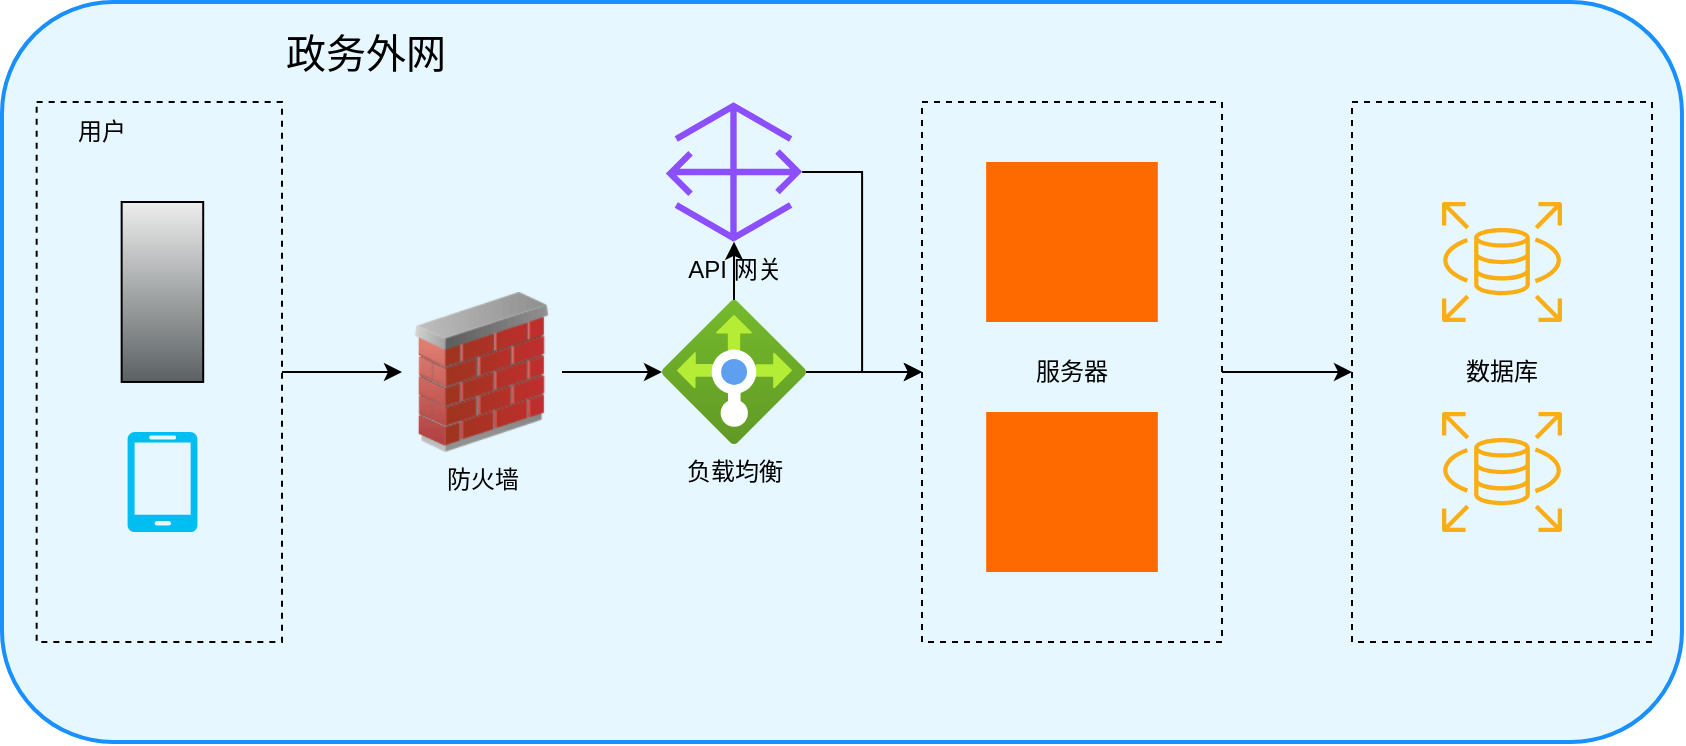
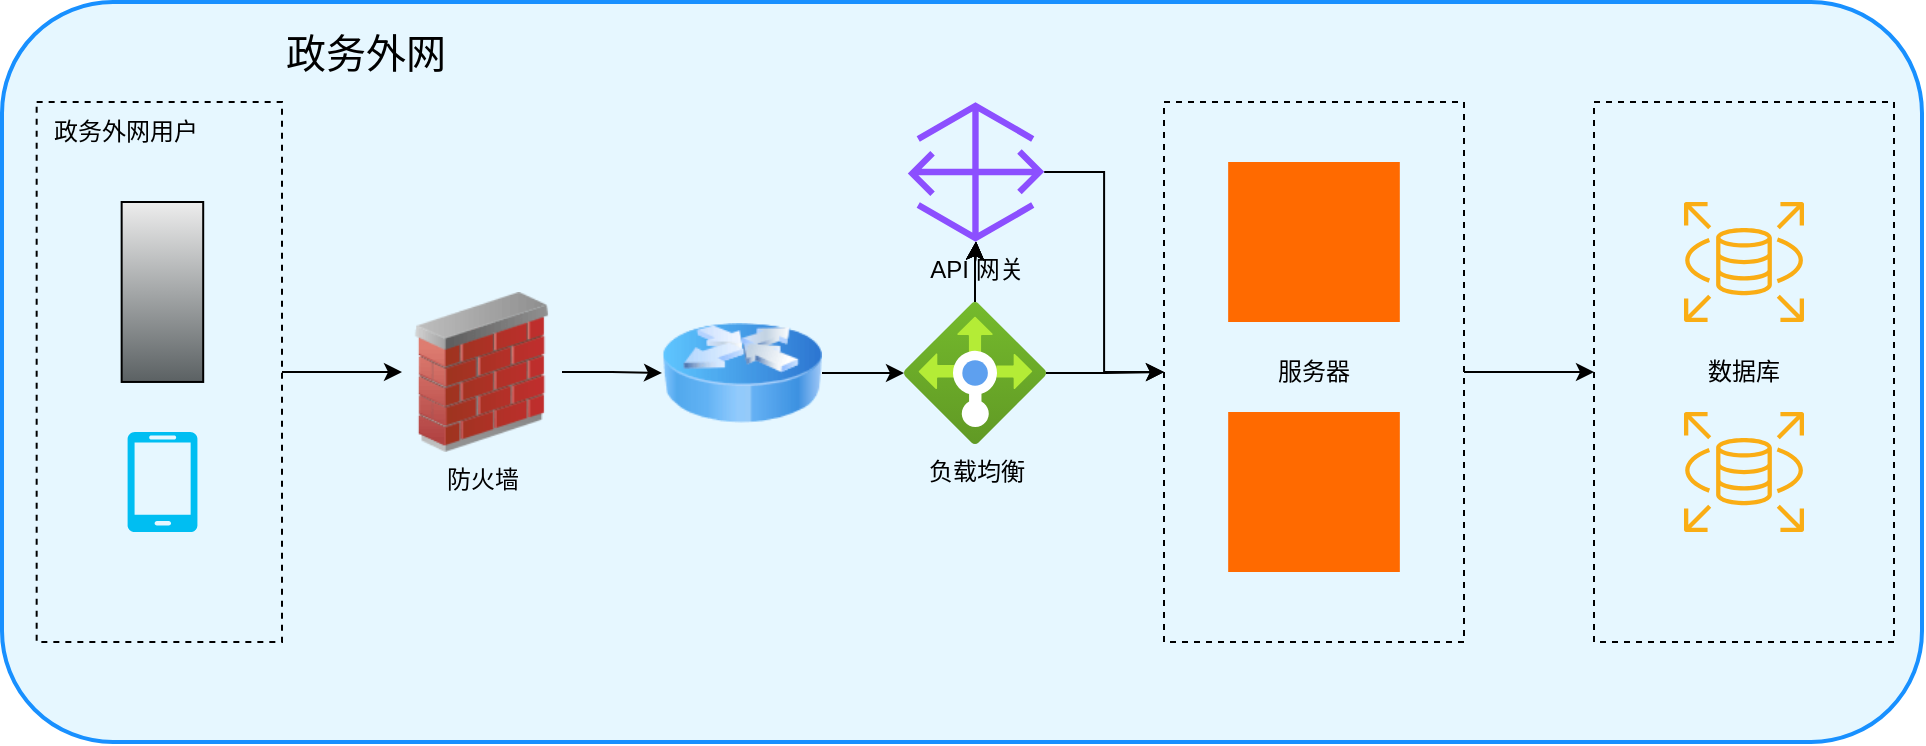
<mxfile host="app.diagrams.net">
  <diagram name="政务内网架构图" id="5ZzNL0nc71fbL6efcmwA">
-     <mxGraphModel dx="956" dy="546" grid="1" gridSize="10" guides="1" tooltips="1" connect="1" arrows="1" fold="1" page="1" pageScale="1" pageWidth="827" pageHeight="1169" math="0" shadow="0">
+     <mxGraphModel dx="129" dy="546" grid="1" gridSize="10" guides="1" tooltips="1" connect="1" arrows="1" fold="1" page="1" pageScale="1" pageWidth="827" pageHeight="1169" math="0" shadow="0">
      <root>
        <mxCell id="0" />
        <mxCell id="1" parent="0" />
-         <mxCell id="gMykm4wZNnXbt2Ieekzt-1" parent="1" style="rounded=1;whiteSpace=wrap;html=1;fillColor=light-dark(#E6F7FF,#FFFFFF);strokeColor=#1890ff;strokeWidth=2;" value="" vertex="1">
-           <mxGeometry height="370" width="840" x="430" y="150" as="geometry" />
+         <mxCell id="umCU5VV7zzq28CVUsTIU-4" parent="1" style="rounded=1;whiteSpace=wrap;html=1;fillColor=light-dark(#E6F7FF,#FFFFFF);strokeColor=#1890ff;strokeWidth=2;" value="" vertex="1">
+           <mxGeometry height="370" width="960" x="960" y="110" as="geometry" />
        </mxCell>
-         <mxCell id="gMykm4wZNnXbt2Ieekzt-19" edge="1" parent="1" source="gMykm4wZNnXbt2Ieekzt-17" style="edgeStyle=orthogonalEdgeStyle;rounded=0;orthogonalLoop=1;jettySize=auto;html=1;strokeColor=light-dark(#000000,#000000);" target="gMykm4wZNnXbt2Ieekzt-18">
+         <mxCell id="umCU5VV7zzq28CVUsTIU-5" edge="1" parent="1" source="umCU5VV7zzq28CVUsTIU-6" style="edgeStyle=orthogonalEdgeStyle;rounded=0;orthogonalLoop=1;jettySize=auto;html=1;strokeColor=light-dark(#000000,#000000);" target="umCU5VV7zzq28CVUsTIU-7">
          <mxGeometry relative="1" as="geometry" />
        </mxCell>
-         <mxCell id="gMykm4wZNnXbt2Ieekzt-17" parent="1" style="rounded=0;whiteSpace=wrap;html=1;fillColor=none;strokeColor=light-dark(#000000,#000000);dashed=1;" value="&lt;font style=&quot;color: light-dark(rgb(0, 0, 0), rgb(0, 0, 0));&quot;&gt;服务器&lt;/font&gt;" vertex="1">
-           <mxGeometry height="270" width="150" x="890" y="200" as="geometry" />
+         <mxCell id="umCU5VV7zzq28CVUsTIU-6" parent="1" style="rounded=0;whiteSpace=wrap;html=1;fillColor=none;strokeColor=light-dark(#000000,#000000);dashed=1;" value="&lt;font style=&quot;color: light-dark(rgb(0, 0, 0), rgb(0, 0, 0));&quot;&gt;服务器&lt;/font&gt;" vertex="1">
+           <mxGeometry height="270" width="150" x="1541" y="160" as="geometry" />
        </mxCell>
-         <mxCell id="gMykm4wZNnXbt2Ieekzt-18" parent="1" style="rounded=0;whiteSpace=wrap;html=1;fillColor=none;strokeColor=light-dark(#000000,#000000);dashed=1;" value="&lt;font style=&quot;color: light-dark(rgb(0, 0, 0), rgb(0, 0, 0));&quot;&gt;数据库&lt;/font&gt;" vertex="1">
-           <mxGeometry height="270" width="150" x="1105" y="200" as="geometry" />
+         <mxCell id="umCU5VV7zzq28CVUsTIU-7" parent="1" style="rounded=0;whiteSpace=wrap;html=1;fillColor=none;strokeColor=light-dark(#000000,#000000);dashed=1;" value="&lt;font style=&quot;color: light-dark(rgb(0, 0, 0), rgb(0, 0, 0));&quot;&gt;数据库&lt;/font&gt;" vertex="1">
+           <mxGeometry height="270" width="150" x="1756" y="160" as="geometry" />
        </mxCell>
-         <mxCell id="gMykm4wZNnXbt2Ieekzt-7" parent="1" style="shape=mxgraph.aws4.rds;html=1;strokeColor=#000000;fillColor=#faad14;" value="" vertex="1">
-           <mxGeometry height="60" width="60" x="1150" y="250" as="geometry" />
+         <mxCell id="umCU5VV7zzq28CVUsTIU-8" parent="1" style="shape=mxgraph.aws4.rds;html=1;strokeColor=#000000;fillColor=#faad14;" value="" vertex="1">
+           <mxGeometry height="60" width="60" x="1801" y="210" as="geometry" />
        </mxCell>
-         <mxCell id="gMykm4wZNnXbt2Ieekzt-16" parent="1" style="shape=mxgraph.aws4.rds;html=1;strokeColor=#000000;fillColor=#faad14;" value="" vertex="1">
-           <mxGeometry height="60" width="60" x="1150" y="355" as="geometry" />
+         <mxCell id="umCU5VV7zzq28CVUsTIU-9" parent="1" style="shape=mxgraph.aws4.rds;html=1;strokeColor=#000000;fillColor=#faad14;" value="" vertex="1">
+           <mxGeometry height="60" width="60" x="1801" y="315" as="geometry" />
        </mxCell>
-         <mxCell id="gMykm4wZNnXbt2Ieekzt-32" edge="1" parent="1" source="gMykm4wZNnXbt2Ieekzt-26" style="edgeStyle=orthogonalEdgeStyle;rounded=0;orthogonalLoop=1;jettySize=auto;html=1;entryX=0;entryY=0.5;entryDx=0;entryDy=0;strokeColor=light-dark(#000000,#000000);" target="gMykm4wZNnXbt2Ieekzt-31">
+         <mxCell id="umCU5VV7zzq28CVUsTIU-10" edge="1" parent="1" source="umCU5VV7zzq28CVUsTIU-11" style="edgeStyle=orthogonalEdgeStyle;rounded=0;orthogonalLoop=1;jettySize=auto;html=1;entryX=0;entryY=0.5;entryDx=0;entryDy=0;strokeColor=light-dark(#000000,#000000);" target="umCU5VV7zzq28CVUsTIU-16">
          <mxGeometry relative="1" as="geometry" />
        </mxCell>
-         <mxCell id="gMykm4wZNnXbt2Ieekzt-26" parent="1" style="rounded=0;whiteSpace=wrap;html=1;fillColor=none;strokeColor=light-dark(#000000,#000000);dashed=1;" value="" vertex="1">
-           <mxGeometry height="270" width="122.67" x="447.33" y="200" as="geometry" />
+         <mxCell id="umCU5VV7zzq28CVUsTIU-11" parent="1" style="rounded=0;whiteSpace=wrap;html=1;fillColor=none;strokeColor=light-dark(#000000,#000000);dashed=1;" value="" vertex="1">
+           <mxGeometry height="270" width="122.67" x="977.3299999999999" y="160" as="geometry" />
        </mxCell>
-         <mxCell id="gMykm4wZNnXbt2Ieekzt-23" parent="1" style="shape=mxgraph.networks2.icon;aspect=fixed;fillColor=#EDEDED;strokeColor=#000000;gradientColor=#5B6163;network2IconShadow=1;network2bgFillColor=none;labelPosition=center;verticalLabelPosition=bottom;align=center;verticalAlign=top;network2Icon=mxgraph.networks2.desktop_pc;network2IconXOffset=-0.0034;network2IconYOffset=0.00035;network2IconW=0.453;network2IconH=0.9995;" value="" vertex="1">
-           <mxGeometry height="89.98" width="40.77" x="489.83" y="250" as="geometry" />
+         <mxCell id="umCU5VV7zzq28CVUsTIU-12" parent="1" style="shape=mxgraph.networks2.icon;aspect=fixed;fillColor=#EDEDED;strokeColor=#000000;gradientColor=#5B6163;network2IconShadow=1;network2bgFillColor=none;labelPosition=center;verticalLabelPosition=bottom;align=center;verticalAlign=top;network2Icon=mxgraph.networks2.desktop_pc;network2IconXOffset=-0.0034;network2IconYOffset=0.00035;network2IconW=0.453;network2IconH=0.9995;" value="" vertex="1">
+           <mxGeometry height="89.98" width="40.77" x="1019.8299999999999" y="210" as="geometry" />
        </mxCell>
-         <mxCell id="gMykm4wZNnXbt2Ieekzt-27" parent="1" style="text;html=1;whiteSpace=wrap;strokeColor=none;fillColor=none;align=left;verticalAlign=middle;rounded=0;fontSize=20;fontColor=light-dark(#000000,#000000);" value="政务外网" vertex="1">
-           <mxGeometry height="50" width="170" x="570" y="150" as="geometry" />
+         <mxCell id="umCU5VV7zzq28CVUsTIU-13" parent="1" style="text;html=1;whiteSpace=wrap;strokeColor=none;fillColor=none;align=left;verticalAlign=middle;rounded=0;fontSize=20;fontColor=light-dark(#000000,#000000);" value="政务外网" vertex="1">
+           <mxGeometry height="50" width="170" x="1100" y="110" as="geometry" />
        </mxCell>
-         <mxCell id="gMykm4wZNnXbt2Ieekzt-28" parent="1" style="text;html=1;whiteSpace=wrap;strokeColor=none;fillColor=none;align=center;verticalAlign=middle;rounded=0;fontColor=light-dark(#000000,#000000);" value="用户" vertex="1">
-           <mxGeometry height="30" width="60" x="450" y="200" as="geometry" />
+         <mxCell id="umCU5VV7zzq28CVUsTIU-14" parent="1" style="text;html=1;whiteSpace=wrap;strokeColor=none;fillColor=none;align=center;verticalAlign=middle;rounded=0;fontColor=light-dark(#000000,#000000);" value="政务外网用户" vertex="1">
+           <mxGeometry height="30" width="90" x="977.33" y="160" as="geometry" />
        </mxCell>
-         <mxCell id="gMykm4wZNnXbt2Ieekzt-35" edge="1" parent="1" source="gMykm4wZNnXbt2Ieekzt-31" style="edgeStyle=orthogonalEdgeStyle;rounded=0;orthogonalLoop=1;jettySize=auto;html=1;strokeColor=light-dark(#000000,#000000);" target="gMykm4wZNnXbt2Ieekzt-34">
+         <mxCell id="umCU5VV7zzq28CVUsTIU-15" edge="1" parent="1" source="umCU5VV7zzq28CVUsTIU-16" style="edgeStyle=orthogonalEdgeStyle;rounded=0;orthogonalLoop=1;jettySize=auto;html=1;entryX=0;entryY=0.5;entryDx=0;entryDy=0;strokeColor=light-dark(#000000,#000000);" target="umCU5VV7zzq28CVUsTIU-31">
          <mxGeometry relative="1" as="geometry" />
        </mxCell>
-         <mxCell id="gMykm4wZNnXbt2Ieekzt-31" parent="1" style="image;html=1;image=img/lib/clip_art/networking/Firewall_02_128x128.png;labelBackgroundColor=none;" value="&lt;span style=&quot;&quot;&gt;&lt;font style=&quot;color: light-dark(rgb(0, 0, 0), rgb(0, 0, 0));&quot;&gt;防火墙&lt;/font&gt;&lt;/span&gt;" vertex="1">
-           <mxGeometry height="80" width="80" x="630" y="295" as="geometry" />
+         <mxCell id="umCU5VV7zzq28CVUsTIU-16" parent="1" style="image;html=1;image=img/lib/clip_art/networking/Firewall_02_128x128.png;labelBackgroundColor=none;" value="&lt;span style=&quot;&quot;&gt;&lt;font style=&quot;color: light-dark(rgb(0, 0, 0), rgb(0, 0, 0));&quot;&gt;防火墙&lt;/font&gt;&lt;/span&gt;" vertex="1">
+           <mxGeometry height="80" width="80" x="1160" y="255" as="geometry" />
        </mxCell>
-         <mxCell id="gMykm4wZNnXbt2Ieekzt-37" edge="1" parent="1" source="gMykm4wZNnXbt2Ieekzt-34" style="edgeStyle=orthogonalEdgeStyle;rounded=0;orthogonalLoop=1;jettySize=auto;html=1;entryX=0;entryY=0.5;entryDx=0;entryDy=0;strokeColor=light-dark(#000000,#000000);" target="gMykm4wZNnXbt2Ieekzt-17">
+         <mxCell id="umCU5VV7zzq28CVUsTIU-17" edge="1" parent="1" source="umCU5VV7zzq28CVUsTIU-24" style="edgeStyle=orthogonalEdgeStyle;rounded=0;orthogonalLoop=1;jettySize=auto;html=1;entryX=0;entryY=0.5;entryDx=0;entryDy=0;strokeColor=light-dark(#000000,#000000);" target="umCU5VV7zzq28CVUsTIU-6">
          <mxGeometry relative="1" as="geometry" />
        </mxCell>
-         <mxCell id="umCU5VV7zzq28CVUsTIU-2" edge="1" parent="1" source="gMykm4wZNnXbt2Ieekzt-34" style="edgeStyle=orthogonalEdgeStyle;rounded=0;orthogonalLoop=1;jettySize=auto;html=1;strokeColor=light-dark(#000000,#000000);" target="umCU5VV7zzq28CVUsTIU-1">
+         <mxCell id="umCU5VV7zzq28CVUsTIU-18" edge="1" parent="1" source="umCU5VV7zzq28CVUsTIU-24" style="edgeStyle=orthogonalEdgeStyle;rounded=0;orthogonalLoop=1;jettySize=auto;html=1;" target="umCU5VV7zzq28CVUsTIU-29">
          <mxGeometry relative="1" as="geometry" />
        </mxCell>
-         <mxCell id="gMykm4wZNnXbt2Ieekzt-34" parent="1" style="image;aspect=fixed;html=1;points=[];align=center;fontSize=12;image=img/lib/azure2/networking/Load_Balancers.svg;fontColor=light-dark(#000000,#000000);labelBackgroundColor=none;" value="&lt;span style=&quot;&quot;&gt;负载&lt;/span&gt;&lt;span&gt;均衡&lt;/span&gt;" vertex="1">
-           <mxGeometry height="72" width="72" x="760" y="299" as="geometry" />
-         </mxCell>
-         <mxCell id="gMykm4wZNnXbt2Ieekzt-38" parent="1" style="points=[];aspect=fixed;html=1;align=center;shadow=0;dashed=0;fillColor=#FF6A00;strokeColor=none;shape=mxgraph.alibaba_cloud.ecs_elastic_compute_service;" value="" vertex="1">
-           <mxGeometry height="80" width="85.83" x="922.08" y="230" as="geometry" />
-         </mxCell>
-         <mxCell id="gMykm4wZNnXbt2Ieekzt-39" parent="1" style="points=[];aspect=fixed;html=1;align=center;shadow=0;dashed=0;fillColor=#FF6A00;strokeColor=none;shape=mxgraph.alibaba_cloud.ecs_elastic_compute_service;" value="" vertex="1">
-           <mxGeometry height="80" width="85.83" x="922.09" y="355" as="geometry" />
-         </mxCell>
-         <mxCell id="gMykm4wZNnXbt2Ieekzt-46" parent="1" style="verticalLabelPosition=bottom;html=1;verticalAlign=top;align=center;strokeColor=none;fillColor=#00BEF2;shape=mxgraph.azure.mobile;pointerEvents=1;" value="" vertex="1">
-           <mxGeometry height="50" width="35" x="492.71" y="365" as="geometry" />
-         </mxCell>
-         <mxCell id="umCU5VV7zzq28CVUsTIU-3" edge="1" parent="1" source="umCU5VV7zzq28CVUsTIU-1" style="edgeStyle=orthogonalEdgeStyle;rounded=0;orthogonalLoop=1;jettySize=auto;html=1;entryX=0;entryY=0.5;entryDx=0;entryDy=0;strokeColor=light-dark(#000000,#000000);" target="gMykm4wZNnXbt2Ieekzt-17">
+         <mxCell id="umCU5VV7zzq28CVUsTIU-19" edge="1" parent="1" source="umCU5VV7zzq28CVUsTIU-24" style="edgeStyle=orthogonalEdgeStyle;rounded=0;orthogonalLoop=1;jettySize=auto;html=1;" target="umCU5VV7zzq28CVUsTIU-29">
          <mxGeometry relative="1" as="geometry" />
        </mxCell>
-         <mxCell id="umCU5VV7zzq28CVUsTIU-1" parent="1" style="sketch=0;outlineConnect=0;fontColor=#232F3E;gradientColor=none;fillColor=#8C4FFF;strokeColor=none;dashed=0;verticalLabelPosition=bottom;verticalAlign=top;align=center;html=1;fontSize=12;fontStyle=0;aspect=fixed;pointerEvents=1;shape=mxgraph.aws4.gateway;" value="&lt;font style=&quot;color: light-dark(rgb(0, 0, 0), rgb(0, 0, 0));&quot;&gt;API 网关&lt;/font&gt;" vertex="1">
-           <mxGeometry height="70" width="68.2" x="761.9" y="200" as="geometry" />
+         <mxCell id="umCU5VV7zzq28CVUsTIU-20" edge="1" parent="1" source="umCU5VV7zzq28CVUsTIU-24" style="edgeStyle=orthogonalEdgeStyle;rounded=0;orthogonalLoop=1;jettySize=auto;html=1;" target="umCU5VV7zzq28CVUsTIU-29">
+           <mxGeometry relative="1" as="geometry" />
+         </mxCell>
+         <mxCell id="umCU5VV7zzq28CVUsTIU-21" edge="1" parent="1" source="umCU5VV7zzq28CVUsTIU-24" style="edgeStyle=orthogonalEdgeStyle;rounded=0;orthogonalLoop=1;jettySize=auto;html=1;" target="umCU5VV7zzq28CVUsTIU-29">
+           <mxGeometry relative="1" as="geometry" />
+         </mxCell>
+         <mxCell id="umCU5VV7zzq28CVUsTIU-22" edge="1" parent="1" source="umCU5VV7zzq28CVUsTIU-24" style="edgeStyle=orthogonalEdgeStyle;rounded=0;orthogonalLoop=1;jettySize=auto;html=1;" target="umCU5VV7zzq28CVUsTIU-29">
+           <mxGeometry relative="1" as="geometry" />
+         </mxCell>
+         <mxCell id="umCU5VV7zzq28CVUsTIU-23" edge="1" parent="1" source="umCU5VV7zzq28CVUsTIU-24" style="edgeStyle=orthogonalEdgeStyle;rounded=0;orthogonalLoop=1;jettySize=auto;html=1;strokeColor=light-dark(#000000,#000000);" target="umCU5VV7zzq28CVUsTIU-29">
+           <mxGeometry relative="1" as="geometry" />
+         </mxCell>
+         <mxCell id="umCU5VV7zzq28CVUsTIU-24" parent="1" style="image;aspect=fixed;html=1;points=[];align=center;fontSize=12;image=img/lib/azure2/networking/Load_Balancers.svg;fontColor=light-dark(#000000,#000000);labelBackgroundColor=none;" value="&lt;span style=&quot;&quot;&gt;负载&lt;/span&gt;&lt;span&gt;均衡&lt;/span&gt;" vertex="1">
+           <mxGeometry height="71" width="71" x="1411" y="260" as="geometry" />
+         </mxCell>
+         <mxCell id="umCU5VV7zzq28CVUsTIU-25" parent="1" style="points=[];aspect=fixed;html=1;align=center;shadow=0;dashed=0;fillColor=#FF6A00;strokeColor=none;shape=mxgraph.alibaba_cloud.ecs_elastic_compute_service;" value="" vertex="1">
+           <mxGeometry height="80" width="85.83" x="1573.08" y="190" as="geometry" />
+         </mxCell>
+         <mxCell id="umCU5VV7zzq28CVUsTIU-26" parent="1" style="points=[];aspect=fixed;html=1;align=center;shadow=0;dashed=0;fillColor=#FF6A00;strokeColor=none;shape=mxgraph.alibaba_cloud.ecs_elastic_compute_service;" value="" vertex="1">
+           <mxGeometry height="80" width="85.83" x="1573.0900000000001" y="315" as="geometry" />
+         </mxCell>
+         <mxCell id="umCU5VV7zzq28CVUsTIU-27" parent="1" style="verticalLabelPosition=bottom;html=1;verticalAlign=top;align=center;strokeColor=none;fillColor=#00BEF2;shape=mxgraph.azure.mobile;pointerEvents=1;" value="" vertex="1">
+           <mxGeometry height="50" width="35" x="1022.71" y="325" as="geometry" />
+         </mxCell>
+         <mxCell id="umCU5VV7zzq28CVUsTIU-28" edge="1" parent="1" source="umCU5VV7zzq28CVUsTIU-29" style="edgeStyle=orthogonalEdgeStyle;rounded=0;orthogonalLoop=1;jettySize=auto;html=1;entryX=0;entryY=0.5;entryDx=0;entryDy=0;strokeColor=light-dark(#000000,#000000);" target="umCU5VV7zzq28CVUsTIU-6">
+           <mxGeometry relative="1" as="geometry" />
+         </mxCell>
+         <mxCell id="umCU5VV7zzq28CVUsTIU-29" parent="1" style="sketch=0;outlineConnect=0;fontColor=#232F3E;gradientColor=none;fillColor=#8C4FFF;strokeColor=none;dashed=0;verticalLabelPosition=bottom;verticalAlign=top;align=center;html=1;fontSize=12;fontStyle=0;aspect=fixed;pointerEvents=1;shape=mxgraph.aws4.gateway;" value="&lt;font style=&quot;color: light-dark(rgb(0, 0, 0), rgb(0, 0, 0));&quot;&gt;API 网关&lt;/font&gt;" vertex="1">
+           <mxGeometry height="70" width="68.2" x="1412.8999999999999" y="160" as="geometry" />
+         </mxCell>
+         <mxCell id="umCU5VV7zzq28CVUsTIU-30" edge="1" parent="1" source="umCU5VV7zzq28CVUsTIU-31" style="edgeStyle=orthogonalEdgeStyle;rounded=0;orthogonalLoop=1;jettySize=auto;html=1;strokeColor=light-dark(#000000,#000000);" target="umCU5VV7zzq28CVUsTIU-24">
+           <mxGeometry relative="1" as="geometry" />
+         </mxCell>
+         <mxCell id="umCU5VV7zzq28CVUsTIU-31" parent="1" style="image;html=1;image=img/lib/clip_art/networking/Router_Icon_128x128.png" value="" vertex="1">
+           <mxGeometry height="80" width="80" x="1290" y="255.5" as="geometry" />
        </mxCell>
      </root>
    </mxGraphModel>
  </diagram>
</mxfile>
